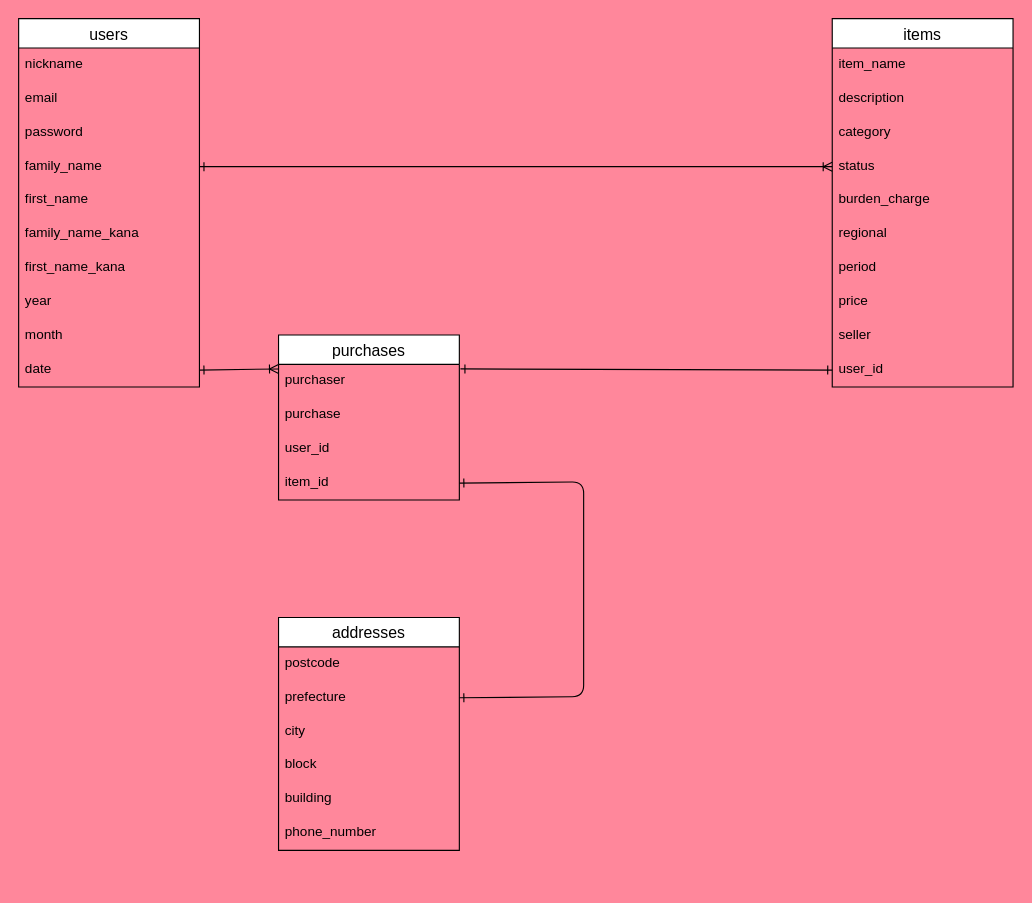
Before: test.dio in satou1990y/furima-39969, a draw.io diagram. Source tidied: cells renumbered, new cells numbered last; positions are measured from the earlier drawing's top-left corner, leaving out a move shared by most shapes. Both pictures are drawn from the tidied source at 113%, with x=0, y=0 at pixel (18, 18).
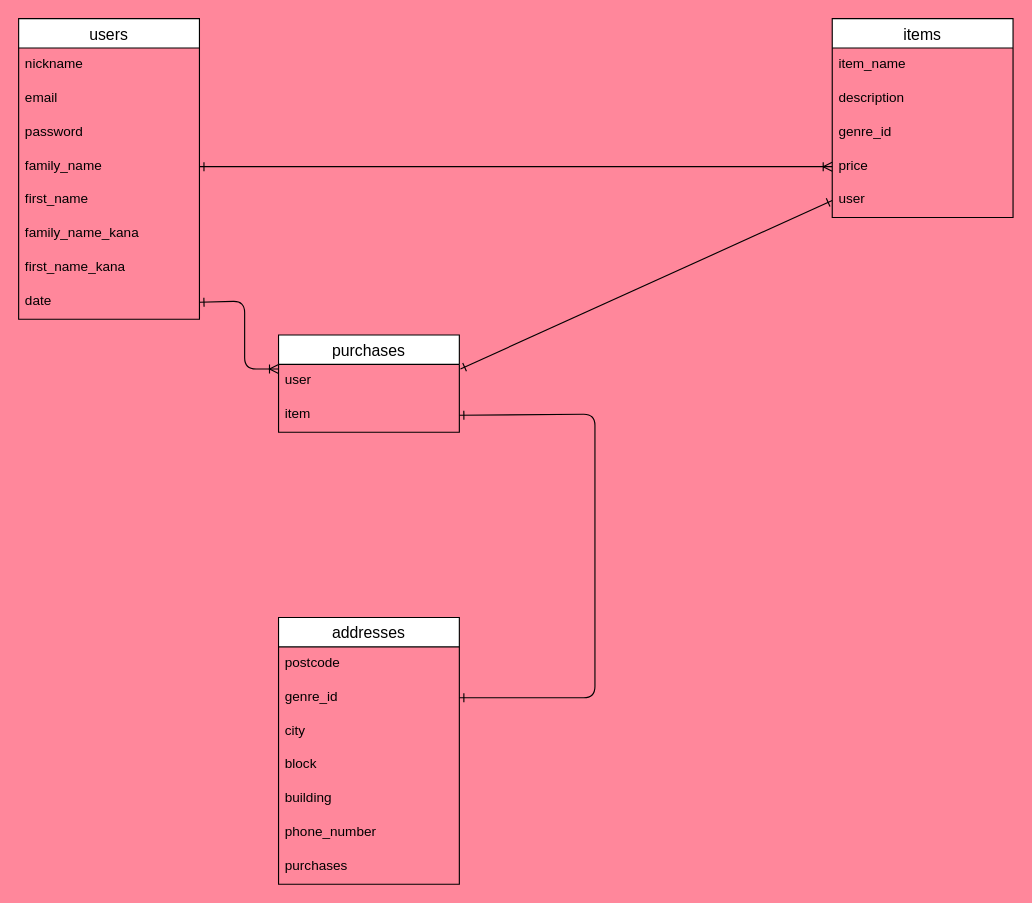
The same diagram, later.

Commit message (it also covers changes not shown here):
テーブル設計の修正

Unchanged cells that the change refers to:
```xml
<mxCell id="6" value="family_name" style="text;strokeColor=none;fillColor=none;spacingLeft=4;spacingRight=4;overflow=hidden;points=[[0,0.5],[1,0.5]];portConstraint=eastwest;fontSize=12;" parent="2" vertex="1">
  <mxGeometry y="116" width="160" height="30" as="geometry" />
</mxCell>
```

What changed in the source:
```diff
@@
     <mxCell id="2" value="users" style="swimlane;fontStyle=0;horizontal=1;startSize=26;align=center;fontSize=14;" parent="1" vertex="1">
-      <mxGeometry width="160" height="326" as="geometry" />
+      <mxGeometry width="160" height="266" as="geometry" />
     </mxCell>
@@
-    <mxCell id="10" value="year" style="text;strokeColor=none;fillColor=none;spacingLeft=4;spacingRight=4;overflow=hidden;fontSize=12;" parent="2" vertex="1">
-      <mxGeometry y="236" width="160" height="30" as="geometry" />
-    </mxCell>
-    <mxCell id="11" value="month" style="text;strokeColor=none;fillColor=none;spacingLeft=4;spacingRight=4;overflow=hidden;fontSize=12;" parent="2" vertex="1">
-      <mxGeometry y="266" width="160" height="30" as="geometry" />
-    </mxCell>
     <mxCell id="12" value="date" style="text;strokeColor=none;fillColor=none;spacingLeft=4;spacingRight=4;overflow=hidden;points=[[0,0.5],[1,0.5]];portConstraint=eastwest;fontSize=12;" parent="2" vertex="1">
-      <mxGeometry y="296" width="160" height="30" as="geometry" />
+      <mxGeometry y="236" width="160" height="30" as="geometry" />
     </mxCell>
     <mxCell id="13" value="items" style="swimlane;fontStyle=0;horizontal=1;startSize=26;align=center;fontSize=14;" parent="1" vertex="1">
-      <mxGeometry x="720" width="160" height="326" as="geometry" />
+      <mxGeometry x="720" width="160" height="176" as="geometry" />
     </mxCell>
@@
-    <mxCell id="16" value="category" style="text;strokeColor=none;fillColor=none;spacingLeft=4;spacingRight=4;overflow=hidden;fontSize=12;" parent="13" vertex="1">
+    <mxCell id="16" value="genre_id" style="text;strokeColor=none;fillColor=none;spacingLeft=4;spacingRight=4;overflow=hidden;fontSize=12;" parent="13" vertex="1">
       <mxGeometry y="86" width="160" height="30" as="geometry" />
     </mxCell>
-    <mxCell id="17" value="status" style="text;strokeColor=none;fillColor=none;spacingLeft=4;spacingRight=4;overflow=hidden;points=[[0,0.5],[1,0.5]];portConstraint=eastwest;fontSize=12;" parent="13" vertex="1">
-      <mxGeometry y="116" width="160" height="30" as="geometry" />
-    </mxCell>
-    <mxCell id="18" value="burden_charge" style="text;strokeColor=none;fillColor=none;spacingLeft=4;spacingRight=4;overflow=hidden;fontSize=12;" parent="13" vertex="1">
-      <mxGeometry y="146" width="160" height="30" as="geometry" />
-    </mxCell>
-    <mxCell id="19" value="regional" style="text;strokeColor=none;fillColor=none;spacingLeft=4;spacingRight=4;overflow=hidden;fontSize=12;" parent="13" vertex="1">
-      <mxGeometry y="176" width="160" height="30" as="geometry" />
-    </mxCell>
-    <mxCell id="20" value="period" style="text;strokeColor=none;fillColor=none;spacingLeft=4;spacingRight=4;overflow=hidden;fontSize=12;" parent="13" vertex="1">
-      <mxGeometry y="206" width="160" height="30" as="geometry" />
-    </mxCell>
     <mxCell id="21" value="price" style="text;strokeColor=none;fillColor=none;spacingLeft=4;spacingRight=4;overflow=hidden;fontSize=12;" parent="13" vertex="1">
-      <mxGeometry y="236" width="160" height="30" as="geometry" />
+      <mxGeometry y="116" width="160" height="30" as="geometry" />
     </mxCell>
-    <mxCell id="22" value="seller" style="text;strokeColor=none;fillColor=none;spacingLeft=4;spacingRight=4;overflow=hidden;fontSize=12;" parent="13" vertex="1">
-      <mxGeometry y="266" width="160" height="30" as="geometry" />
-    </mxCell>
-    <mxCell id="23" value="user_id " style="text;strokeColor=none;fillColor=none;spacingLeft=4;spacingRight=4;overflow=hidden;points=[[0,0.5],[1,0.5]];portConstraint=eastwest;fontSize=12;" parent="13" vertex="1">
-      <mxGeometry y="296" width="160" height="30" as="geometry" />
+    <mxCell id="23" value="user" style="text;strokeColor=none;fillColor=none;spacingLeft=4;spacingRight=4;overflow=hidden;points=[[0,0.5],[1,0.5]];portConstraint=eastwest;fontSize=12;" parent="13" vertex="1">
+      <mxGeometry y="146" width="160" height="30" as="geometry" />
     </mxCell>
@@
     <mxCell id="26" value="purchases" style="swimlane;fontStyle=0;horizontal=1;startSize=26;align=center;fontSize=14;" parent="1" vertex="1">
-      <mxGeometry x="230" y="280" width="160" height="146" as="geometry" />
+      <mxGeometry x="230" y="280" width="160" height="86" as="geometry" />
     </mxCell>
-    <mxCell id="27" value="purchaser" style="text;strokeColor=none;fillColor=none;spacingLeft=4;spacingRight=4;overflow=hidden;points=[[0,0.5],[1,0.5]];portConstraint=eastwest;fontSize=12;" parent="26" vertex="1">
-      <mxGeometry y="26" width="160" height="30" as="geometry" />
-    </mxCell>
-    <mxCell id="28" value="purchase" style="text;strokeColor=none;fillColor=none;spacingLeft=4;spacingRight=4;overflow=hidden;fontSize=12;" parent="26" vertex="1">
-      <mxGeometry y="56" width="160" height="30" as="geometry" />
-    </mxCell>
-    <mxCell id="29" value="user_id" style="text;strokeColor=none;fillColor=none;spacingLeft=4;spacingRight=4;overflow=hidden;fontSize=12;" parent="26" vertex="1">
-      <mxGeometry y="86" width="160" height="30" as="geometry" />
+    <mxCell id="29" value="user" style="text;strokeColor=none;fillColor=none;spacingLeft=4;spacingRight=4;overflow=hidden;fontSize=12;" parent="26" vertex="1">
+      <mxGeometry y="26" width="160" height="30" as="geometry" />
     </mxCell>
-    <mxCell id="30" value="item_id" style="text;strokeColor=none;fillColor=none;spacingLeft=4;spacingRight=4;overflow=hidden;points=[[0,0.5],[1,0.5]];portConstraint=eastwest;fontSize=12;" parent="26" vertex="1">
-      <mxGeometry y="116" width="160" height="30" as="geometry" />
+    <mxCell id="30" value="item" style="text;strokeColor=none;fillColor=none;spacingLeft=4;spacingRight=4;overflow=hidden;points=[[0,0.5],[1,0.5]];portConstraint=eastwest;fontSize=12;" parent="26" vertex="1">
+      <mxGeometry y="56" width="160" height="30" as="geometry" />
     </mxCell>
-    <mxCell id="31" style="edgeStyle=none;html=1;exitX=1;exitY=0.5;exitDx=0;exitDy=0;endArrow=ERoneToMany;endFill=0;startArrow=ERone;startFill=0;" parent="1" edge="1" source="6" target="17">
-      <mxGeometry relative="1" as="geometry" />
+    <mxCell id="31" style="edgeStyle=none;html=1;exitX=1;exitY=0.5;exitDx=0;exitDy=0;endArrow=ERoneToMany;endFill=0;startArrow=ERone;startFill=0;" parent="1" edge="1" source="6">
+      <mxGeometry relative="1" as="geometry">
+        <mxPoint x="720" y="131" as="targetPoint" />
+      </mxGeometry>
     </mxCell>
-    <mxCell id="32" style="edgeStyle=none;html=1;exitX=0;exitY=0.5;exitDx=0;exitDy=0;endArrow=ERone;endFill=0;entryX=1.006;entryY=0.133;entryDx=0;entryDy=0;entryPerimeter=0;startArrow=ERone;startFill=0;" parent="1" edge="1" source="23" target="27">
-      <mxGeometry relative="1" as="geometry" />
+    <mxCell id="32" style="edgeStyle=none;html=1;exitX=0;exitY=0.5;exitDx=0;exitDy=0;endArrow=ERone;endFill=0;entryX=1.006;entryY=0.133;entryDx=0;entryDy=0;entryPerimeter=0;startArrow=ERone;startFill=0;" parent="1" edge="1" source="23">
+      <mxGeometry relative="1" as="geometry">
+        <mxPoint x="391" y="310" as="targetPoint" />
+      </mxGeometry>
     </mxCell>
     <mxCell id="33" style="edgeStyle=none;html=1;exitX=1;exitY=0.5;exitDx=0;exitDy=0;endArrow=ERoneToMany;endFill=0;strokeWidth=1;startArrow=ERone;startFill=0;" parent="1" edge="1" source="12">
       <mxGeometry relative="1" as="geometry">
         <mxPoint x="230" y="310" as="targetPoint" />
+        <Array as="points">
+          <mxPoint x="200" y="250" />
+          <mxPoint x="200" y="310" />
+        </Array>
       </mxGeometry>
     </mxCell>
     <mxCell id="34" value="addresses" style="swimlane;fontStyle=0;horizontal=1;startSize=26;align=center;fontSize=14;" parent="1" vertex="1">
-      <mxGeometry x="230" y="530" width="160" height="206" as="geometry" />
+      <mxGeometry x="230" y="530" width="160" height="236" as="geometry" />
     </mxCell>
@@
-    <mxCell id="36" value="prefecture" style="text;strokeColor=none;fillColor=none;spacingLeft=4;spacingRight=4;overflow=hidden;points=[[0,0.5],[1,0.5]];portConstraint=eastwest;fontSize=12;" parent="34" vertex="1">
+    <mxCell id="36" value="genre_id" style="text;strokeColor=none;fillColor=none;spacingLeft=4;spacingRight=4;overflow=hidden;points=[[0,0.5],[1,0.5]];portConstraint=eastwest;fontSize=12;" parent="34" vertex="1">
       <mxGeometry y="56" width="160" height="30" as="geometry" />
     </mxCell>
@@
+    <mxCell id="42" value="purchases" style="text;strokeColor=none;fillColor=none;spacingLeft=4;spacingRight=4;overflow=hidden;fontSize=12;" parent="34" vertex="1">
+      <mxGeometry y="206" width="160" height="30" as="geometry" />
+    </mxCell>
     <mxCell id="41" style="edgeStyle=none;html=1;exitX=1;exitY=0.5;exitDx=0;exitDy=0;strokeWidth=1;endArrow=ERone;endFill=0;entryX=1;entryY=0.5;entryDx=0;entryDy=0;startArrow=ERone;startFill=0;" parent="1" edge="1" source="30" target="36">
       <mxGeometry relative="1" as="geometry">
         <Array as="points">
-          <mxPoint x="500" y="410" />
-          <mxPoint x="500" y="600" />
+          <mxPoint x="510" y="350" />
+          <mxPoint x="510" y="480" />
+          <mxPoint x="510" y="601" />
         </Array>
       </mxGeometry>
     </mxCell>
```
